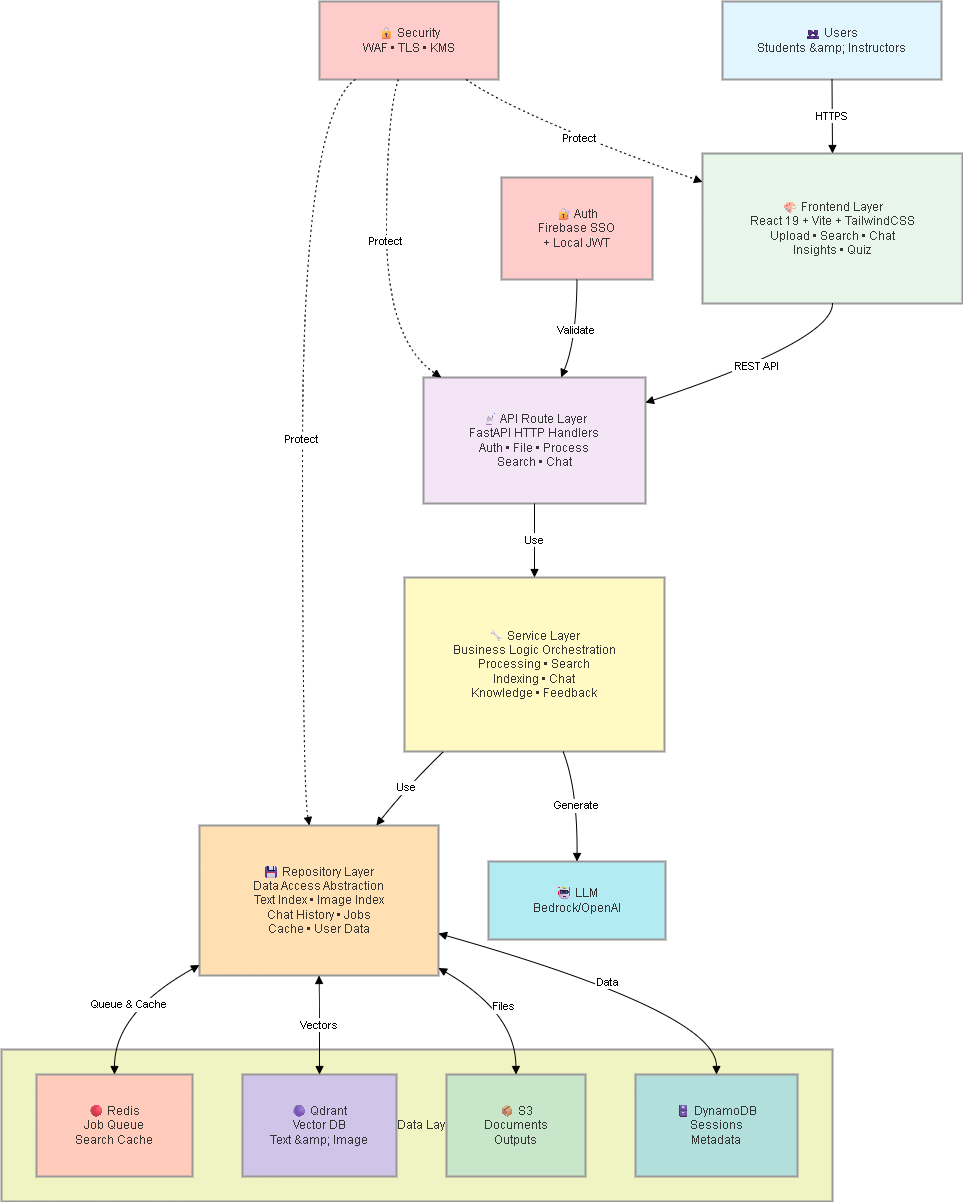
This is Phase_2_Report/img/pdz/Report 252 Diagram-High Level Architecture.drawio.png from pdz1804/capstone-project, a draw.io export, as it was before one commit. Source tidied: cells renumbered, new cells last; positions are measured from the earlier drawing's top-left corner, leaving out a move shared by most shapes. The source it was exported from:
```xml
<mxGraphModel>
  <root>
    <mxCell id="0" />
    <mxCell id="1" parent="0" />
    <mxCell id="2" value="🗄️ Data Layer" style="whiteSpace=wrap;strokeWidth=2;fillColor=#f0f4c3;strokeColor=light-dark(#999999,#cccccc);fontColor=light-dark(#333333,#cccccc);" parent="1" vertex="1">
      <mxGeometry y="1048" width="831" height="152" as="geometry" />
    </mxCell>
    <mxCell id="3" value="👥 Users&#10;Students &amp;amp; Instructors" style="whiteSpace=wrap;strokeWidth=2;fillColor=#e1f5ff;strokeColor=light-dark(#999999,#cccccc);fontColor=light-dark(#333333,#cccccc);" parent="1" vertex="1">
      <mxGeometry x="721" width="219" height="78" as="geometry" />
    </mxCell>
    <mxCell id="4" value="🎨 Frontend Layer&#10;React 19 + Vite + TailwindCSS&#10;Upload • Search • Chat&#10;Insights • Quiz" style="whiteSpace=wrap;strokeWidth=2;fillColor=#e8f5e9;strokeColor=light-dark(#999999,#cccccc);fontColor=light-dark(#333333,#cccccc);" parent="1" vertex="1">
      <mxGeometry x="701" y="152" width="260" height="150" as="geometry" />
    </mxCell>
    <mxCell id="5" value="📡 API Route Layer&#10;FastAPI HTTP Handlers&#10;Auth • File • Process&#10;Search • Chat" style="whiteSpace=wrap;strokeWidth=2;fillColor=#f3e5f5;strokeColor=light-dark(#999999,#cccccc);fontColor=light-dark(#333333,#cccccc);" parent="1" vertex="1">
      <mxGeometry x="422" y="376" width="222" height="126" as="geometry" />
    </mxCell>
    <mxCell id="6" value="🔧 Service Layer&#10;Business Logic Orchestration&#10;Processing • Search&#10;Indexing • Chat&#10;Knowledge • Feedback" style="whiteSpace=wrap;strokeWidth=2;fillColor=#fff9c4;strokeColor=light-dark(#999999,#cccccc);fontColor=light-dark(#333333,#cccccc);" parent="1" vertex="1">
      <mxGeometry x="403" y="576" width="260" height="174" as="geometry" />
    </mxCell>
    <mxCell id="7" value="💾 Repository Layer&#10;Data Access Abstraction&#10;Text Index • Image Index&#10;Chat History • Jobs&#10;Cache • User Data" style="whiteSpace=wrap;strokeWidth=2;fillColor=#ffe0b2;strokeColor=light-dark(#999999,#cccccc);fontColor=light-dark(#333333,#cccccc);" parent="1" vertex="1">
      <mxGeometry x="198" y="824" width="239" height="150" as="geometry" />
    </mxCell>
    <mxCell id="8" value="🔴 Redis&#10;Job Queue&#10;Search Cache" style="whiteSpace=wrap;strokeWidth=2;fillColor=#ffccbc;strokeColor=light-dark(#999999,#cccccc);fontColor=light-dark(#333333,#cccccc);" parent="1" vertex="1">
      <mxGeometry x="35" y="1073" width="156" height="102" as="geometry" />
    </mxCell>
    <mxCell id="9" value="🟣 Qdrant&#10;Vector DB&#10;Text &amp;amp; Image" style="whiteSpace=wrap;strokeWidth=2;fillColor=#d1c4e9;strokeColor=light-dark(#999999,#cccccc);fontColor=light-dark(#333333,#cccccc);" parent="1" vertex="1">
      <mxGeometry x="241" y="1073" width="154" height="102" as="geometry" />
    </mxCell>
    <mxCell id="10" value="📦 S3&#10;Documents&#10;Outputs" style="whiteSpace=wrap;strokeWidth=2;fillColor=#c8e6c9;strokeColor=light-dark(#999999,#cccccc);fontColor=light-dark(#333333,#cccccc);" parent="1" vertex="1">
      <mxGeometry x="445" y="1073" width="139" height="102" as="geometry" />
    </mxCell>
    <mxCell id="11" value="🗄️ DynamoDB&#10;Sessions&#10;Metadata" style="whiteSpace=wrap;strokeWidth=2;fillColor=#b2dfdb;strokeColor=light-dark(#999999,#cccccc);fontColor=light-dark(#333333,#cccccc);" parent="1" vertex="1">
      <mxGeometry x="634" y="1073" width="162" height="102" as="geometry" />
    </mxCell>
    <mxCell id="12" value="🤖 LLM&#10;Bedrock/OpenAI" style="whiteSpace=wrap;strokeWidth=2;fillColor=#b2ebf2;strokeColor=light-dark(#999999,#cccccc);fontColor=light-dark(#333333,#cccccc);" parent="1" vertex="1">
      <mxGeometry x="487" y="860" width="177" height="78" as="geometry" />
    </mxCell>
    <mxCell id="13" value="🔐 Auth&#10;Firebase SSO&#10;+ Local JWT" style="whiteSpace=wrap;strokeWidth=2;fillColor=#ffcccc;strokeColor=light-dark(#999999,#cccccc);fontColor=light-dark(#333333,#cccccc);" parent="1" vertex="1">
      <mxGeometry x="500" y="176" width="151" height="102" as="geometry" />
    </mxCell>
    <mxCell id="14" value="🔒 Security&#10;WAF • TLS • KMS" style="whiteSpace=wrap;strokeWidth=2;fillColor=#ffcccc;strokeColor=light-dark(#999999,#cccccc);fontColor=light-dark(#333333,#cccccc);" parent="1" vertex="1">
      <mxGeometry x="318" width="179" height="78" as="geometry" />
    </mxCell>
    <mxCell id="15" value="HTTPS" style="curved=1;startArrow=none;endArrow=block;exitX=0.5;exitY=1;entryX=0.5;entryY=0;rounded=0;" parent="1" edge="1" source="3" target="4">
      <mxGeometry relative="1" as="geometry" />
    </mxCell>
    <mxCell id="16" value="REST API" style="curved=1;startArrow=none;endArrow=block;exitX=0.5;exitY=1;entryX=1;entryY=0.2;rounded=0;" parent="1" edge="1" source="4" target="5">
      <mxGeometry relative="1" as="geometry">
        <Array as="points">
          <mxPoint x="831" y="339" />
        </Array>
      </mxGeometry>
    </mxCell>
    <mxCell id="17" value="Validate" style="curved=1;startArrow=none;endArrow=block;exitX=0.5;exitY=1;entryX=0.62;entryY=0;rounded=0;" parent="1" edge="1" source="13" target="5">
      <mxGeometry relative="1" as="geometry">
        <Array as="points">
          <mxPoint x="575" y="339" />
        </Array>
      </mxGeometry>
    </mxCell>
    <mxCell id="18" value="Use" style="curved=1;startArrow=none;endArrow=block;exitX=0.5;exitY=1;entryX=0.5;entryY=0;rounded=0;" parent="1" edge="1" source="5" target="6">
      <mxGeometry relative="1" as="geometry" />
    </mxCell>
    <mxCell id="19" value="Use" style="curved=1;startArrow=none;endArrow=block;exitX=0.15;exitY=1;entryX=0.74;entryY=0;rounded=0;" parent="1" edge="1" source="6" target="7">
      <mxGeometry relative="1" as="geometry">
        <Array as="points">
          <mxPoint x="404" y="787" />
        </Array>
      </mxGeometry>
    </mxCell>
    <mxCell id="20" value="Queue &amp; Cache" style="curved=1;startArrow=block;endArrow=block;exitX=0;exitY=0.93;entryX=0.5;entryY=0;rounded=0;" parent="1" edge="1" source="7" target="8">
      <mxGeometry relative="1" as="geometry">
        <Array as="points">
          <mxPoint x="113" y="1011" />
        </Array>
      </mxGeometry>
    </mxCell>
    <mxCell id="21" value="Vectors" style="curved=1;startArrow=block;endArrow=block;exitX=0.5;exitY=1;entryX=0.5;entryY=0;rounded=0;" parent="1" edge="1" source="7" target="9">
      <mxGeometry relative="1" as="geometry">
        <Array as="points">
          <mxPoint x="318" y="1011" />
        </Array>
      </mxGeometry>
    </mxCell>
    <mxCell id="22" value="Files" style="curved=1;startArrow=block;endArrow=block;exitX=1;exitY=0.95;entryX=0.5;entryY=0;rounded=0;" parent="1" edge="1" source="7" target="10">
      <mxGeometry relative="1" as="geometry">
        <Array as="points">
          <mxPoint x="514" y="1011" />
        </Array>
      </mxGeometry>
    </mxCell>
    <mxCell id="23" value="Data" style="curved=1;startArrow=block;endArrow=block;exitX=1;exitY=0.72;entryX=0.5;entryY=0;rounded=0;" parent="1" edge="1" source="7" target="11">
      <mxGeometry relative="1" as="geometry">
        <Array as="points">
          <mxPoint x="715" y="1011" />
        </Array>
      </mxGeometry>
    </mxCell>
    <mxCell id="24" value="Generate" style="curved=1;startArrow=none;endArrow=block;exitX=0.61;exitY=1;entryX=0.5;entryY=0;rounded=0;" parent="1" edge="1" source="6" target="12">
      <mxGeometry relative="1" as="geometry">
        <Array as="points">
          <mxPoint x="576" y="787" />
        </Array>
      </mxGeometry>
    </mxCell>
    <mxCell id="25" value="Protect" style="curved=1;dashed=1;dashPattern=2 3;startArrow=none;endArrow=block;exitX=0.82;exitY=1;entryX=0;entryY=0.19;rounded=0;" parent="1" edge="1" source="14" target="4">
      <mxGeometry relative="1" as="geometry">
        <Array as="points">
          <mxPoint x="518" y="115" />
        </Array>
      </mxGeometry>
    </mxCell>
    <mxCell id="26" value="Protect" style="curved=1;dashed=1;dashPattern=2 3;startArrow=none;endArrow=block;exitX=0.44;exitY=1;entryX=0.08;entryY=0;rounded=0;" parent="1" edge="1" source="14" target="5">
      <mxGeometry relative="1" as="geometry">
        <Array as="points">
          <mxPoint x="385" y="115" />
          <mxPoint x="385" y="339" />
        </Array>
      </mxGeometry>
    </mxCell>
    <mxCell id="27" value="Protect" style="curved=1;dashed=1;dashPattern=2 3;startArrow=none;endArrow=block;exitX=0.2;exitY=1;entryX=0.46;entryY=0;rounded=0;" parent="1" edge="1" source="14" target="7">
      <mxGeometry relative="1" as="geometry">
        <Array as="points">
          <mxPoint x="301" y="115" />
          <mxPoint x="301" y="787" />
        </Array>
      </mxGeometry>
    </mxCell>
  </root>
</mxGraphModel>
```
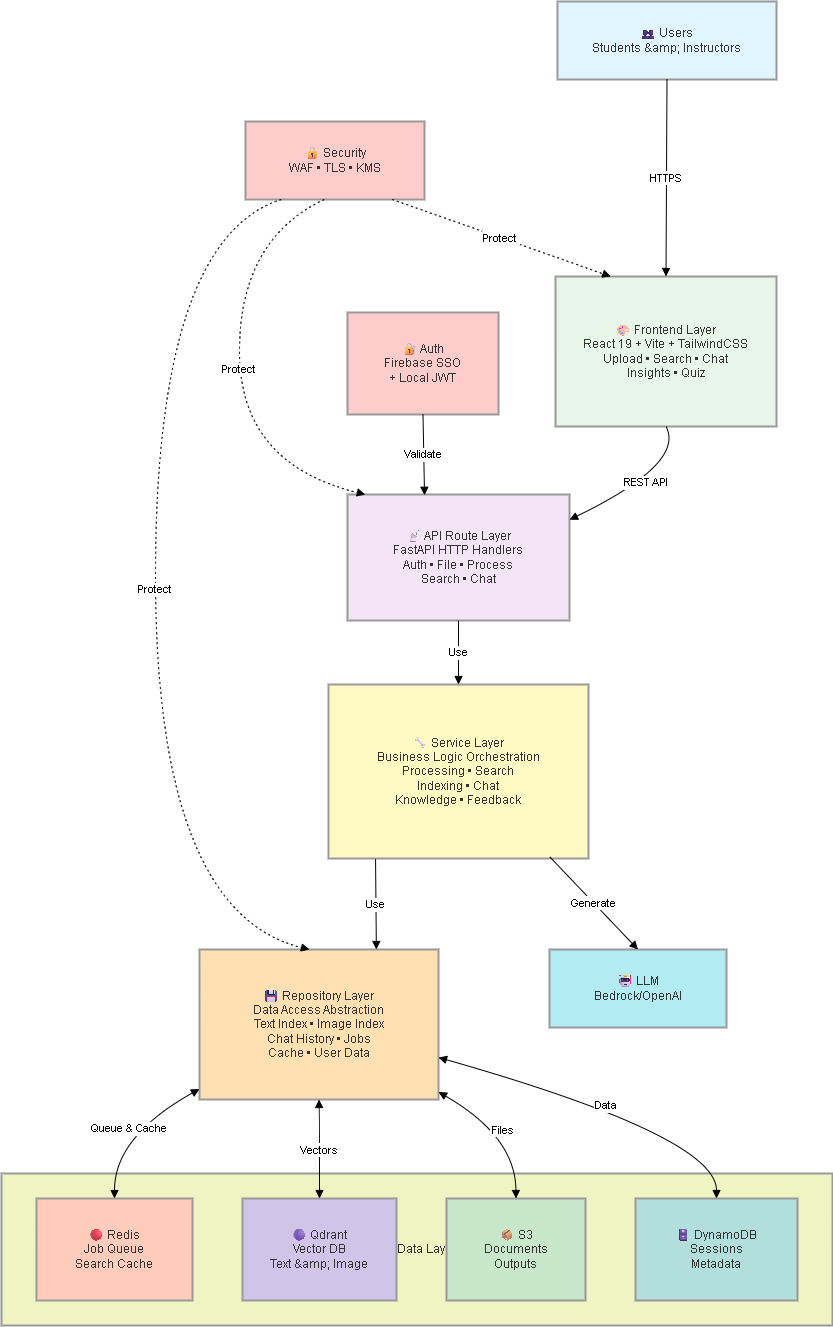
The same file after the commit.

Change to the diagram source:
```diff
@@ -3,43 +3,43 @@
     <mxCell id="0" />
     <mxCell id="1" parent="0" />
     <mxCell id="2" value="🗄️ Data Layer" style="whiteSpace=wrap;strokeWidth=2;fillColor=#f0f4c3;strokeColor=light-dark(#999999,#cccccc);fontColor=light-dark(#333333,#cccccc);" parent="1" vertex="1">
-      <mxGeometry y="1048" width="831" height="152" as="geometry" />
+      <mxGeometry x="147" y="1049" width="831" height="152" as="geometry" />
     </mxCell>
     <mxCell id="3" value="👥 Users&#10;Students &amp;amp; Instructors" style="whiteSpace=wrap;strokeWidth=2;fillColor=#e1f5ff;strokeColor=light-dark(#999999,#cccccc);fontColor=light-dark(#333333,#cccccc);" parent="1" vertex="1">
-      <mxGeometry x="721" width="219" height="78" as="geometry" />
+      <mxGeometry x="703" y="-123" width="219" height="78" as="geometry" />
     </mxCell>
     <mxCell id="4" value="🎨 Frontend Layer&#10;React 19 + Vite + TailwindCSS&#10;Upload • Search • Chat&#10;Insights • Quiz" style="whiteSpace=wrap;strokeWidth=2;fillColor=#e8f5e9;strokeColor=light-dark(#999999,#cccccc);fontColor=light-dark(#333333,#cccccc);" parent="1" vertex="1">
-      <mxGeometry x="701" y="152" width="260" height="150" as="geometry" />
+      <mxGeometry x="701" y="152" width="221" height="150" as="geometry" />
     </mxCell>
     <mxCell id="5" value="📡 API Route Layer&#10;FastAPI HTTP Handlers&#10;Auth • File • Process&#10;Search • Chat" style="whiteSpace=wrap;strokeWidth=2;fillColor=#f3e5f5;strokeColor=light-dark(#999999,#cccccc);fontColor=light-dark(#333333,#cccccc);" parent="1" vertex="1">
-      <mxGeometry x="422" y="376" width="222" height="126" as="geometry" />
+      <mxGeometry x="493" y="370" width="222" height="126" as="geometry" />
     </mxCell>
     <mxCell id="6" value="🔧 Service Layer&#10;Business Logic Orchestration&#10;Processing • Search&#10;Indexing • Chat&#10;Knowledge • Feedback" style="whiteSpace=wrap;strokeWidth=2;fillColor=#fff9c4;strokeColor=light-dark(#999999,#cccccc);fontColor=light-dark(#333333,#cccccc);" parent="1" vertex="1">
-      <mxGeometry x="403" y="576" width="260" height="174" as="geometry" />
+      <mxGeometry x="474" y="560" width="260" height="174" as="geometry" />
     </mxCell>
     <mxCell id="7" value="💾 Repository Layer&#10;Data Access Abstraction&#10;Text Index • Image Index&#10;Chat History • Jobs&#10;Cache • User Data" style="whiteSpace=wrap;strokeWidth=2;fillColor=#ffe0b2;strokeColor=light-dark(#999999,#cccccc);fontColor=light-dark(#333333,#cccccc);" parent="1" vertex="1">
-      <mxGeometry x="198" y="824" width="239" height="150" as="geometry" />
+      <mxGeometry x="345" y="825" width="239" height="150" as="geometry" />
     </mxCell>
     <mxCell id="8" value="🔴 Redis&#10;Job Queue&#10;Search Cache" style="whiteSpace=wrap;strokeWidth=2;fillColor=#ffccbc;strokeColor=light-dark(#999999,#cccccc);fontColor=light-dark(#333333,#cccccc);" parent="1" vertex="1">
-      <mxGeometry x="35" y="1073" width="156" height="102" as="geometry" />
+      <mxGeometry x="182" y="1074" width="156" height="102" as="geometry" />
     </mxCell>
     <mxCell id="9" value="🟣 Qdrant&#10;Vector DB&#10;Text &amp;amp; Image" style="whiteSpace=wrap;strokeWidth=2;fillColor=#d1c4e9;strokeColor=light-dark(#999999,#cccccc);fontColor=light-dark(#333333,#cccccc);" parent="1" vertex="1">
-      <mxGeometry x="241" y="1073" width="154" height="102" as="geometry" />
+      <mxGeometry x="388" y="1074" width="154" height="102" as="geometry" />
     </mxCell>
     <mxCell id="10" value="📦 S3&#10;Documents&#10;Outputs" style="whiteSpace=wrap;strokeWidth=2;fillColor=#c8e6c9;strokeColor=light-dark(#999999,#cccccc);fontColor=light-dark(#333333,#cccccc);" parent="1" vertex="1">
-      <mxGeometry x="445" y="1073" width="139" height="102" as="geometry" />
+      <mxGeometry x="592" y="1074" width="139" height="102" as="geometry" />
     </mxCell>
     <mxCell id="11" value="🗄️ DynamoDB&#10;Sessions&#10;Metadata" style="whiteSpace=wrap;strokeWidth=2;fillColor=#b2dfdb;strokeColor=light-dark(#999999,#cccccc);fontColor=light-dark(#333333,#cccccc);" parent="1" vertex="1">
-      <mxGeometry x="634" y="1073" width="162" height="102" as="geometry" />
+      <mxGeometry x="781" y="1074" width="162" height="102" as="geometry" />
     </mxCell>
     <mxCell id="12" value="🤖 LLM&#10;Bedrock/OpenAI" style="whiteSpace=wrap;strokeWidth=2;fillColor=#b2ebf2;strokeColor=light-dark(#999999,#cccccc);fontColor=light-dark(#333333,#cccccc);" parent="1" vertex="1">
-      <mxGeometry x="487" y="860" width="177" height="78" as="geometry" />
+      <mxGeometry x="695" y="825" width="177" height="78" as="geometry" />
     </mxCell>
     <mxCell id="13" value="🔐 Auth&#10;Firebase SSO&#10;+ Local JWT" style="whiteSpace=wrap;strokeWidth=2;fillColor=#ffcccc;strokeColor=light-dark(#999999,#cccccc);fontColor=light-dark(#333333,#cccccc);" parent="1" vertex="1">
-      <mxGeometry x="500" y="176" width="151" height="102" as="geometry" />
+      <mxGeometry x="493" y="188" width="151" height="102" as="geometry" />
     </mxCell>
     <mxCell id="14" value="🔒 Security&#10;WAF • TLS • KMS" style="whiteSpace=wrap;strokeWidth=2;fillColor=#ffcccc;strokeColor=light-dark(#999999,#cccccc);fontColor=light-dark(#333333,#cccccc);" parent="1" vertex="1">
-      <mxGeometry x="318" width="179" height="78" as="geometry" />
+      <mxGeometry x="391" y="-3" width="179" height="78" as="geometry" />
     </mxCell>
     <mxCell id="15" value="HTTPS" style="curved=1;startArrow=none;endArrow=block;exitX=0.5;exitY=1;entryX=0.5;entryY=0;rounded=0;" parent="1" edge="1" source="3" target="4">
       <mxGeometry relative="1" as="geometry" />
@@ -51,64 +51,48 @@
         </Array>
       </mxGeometry>
     </mxCell>
-    <mxCell id="17" value="Validate" style="curved=1;startArrow=none;endArrow=block;exitX=0.5;exitY=1;entryX=0.62;entryY=0;rounded=0;" parent="1" edge="1" source="13" target="5">
-      <mxGeometry relative="1" as="geometry">
-        <Array as="points">
-          <mxPoint x="575" y="339" />
-        </Array>
-      </mxGeometry>
+    <mxCell id="17" value="Validate" style="curved=1;startArrow=none;endArrow=block;exitX=0.5;exitY=1;entryX=0.347;entryY=0.006;rounded=0;entryDx=0;entryDy=0;entryPerimeter=0;" parent="1" edge="1" source="13" target="5">
+      <mxGeometry relative="1" as="geometry" />
     </mxCell>
-    <mxCell id="18" value="Use" style="curved=1;startArrow=none;endArrow=block;exitX=0.5;exitY=1;entryX=0.5;entryY=0;rounded=0;" parent="1" edge="1" source="5" target="6">
+    <mxCell id="18" value="Use" style="curved=1;startArrow=none;endArrow=block;exitX=0.5;exitY=1;entryX=0.5;entryY=0;rounded=0;entryDx=0;entryDy=0;" parent="1" edge="1" source="5" target="6">
       <mxGeometry relative="1" as="geometry" />
     </mxCell>
-    <mxCell id="19" value="Use" style="curved=1;startArrow=none;endArrow=block;exitX=0.15;exitY=1;entryX=0.74;entryY=0;rounded=0;" parent="1" edge="1" source="6" target="7">
-      <mxGeometry relative="1" as="geometry">
-        <Array as="points">
-          <mxPoint x="404" y="787" />
-        </Array>
-      </mxGeometry>
+    <mxCell id="19" value="Use" style="curved=1;startArrow=none;endArrow=block;exitX=0.181;exitY=1.004;entryX=0.74;entryY=0;rounded=0;exitDx=0;exitDy=0;exitPerimeter=0;" parent="1" edge="1" source="6" target="7">
+      <mxGeometry relative="1" as="geometry" />
     </mxCell>
     <mxCell id="20" value="Queue &amp; Cache" style="curved=1;startArrow=block;endArrow=block;exitX=0;exitY=0.93;entryX=0.5;entryY=0;rounded=0;" parent="1" edge="1" source="7" target="8">
       <mxGeometry relative="1" as="geometry">
         <Array as="points">
-          <mxPoint x="113" y="1011" />
+          <mxPoint x="260" y="1012" />
         </Array>
       </mxGeometry>
     </mxCell>
     <mxCell id="21" value="Vectors" style="curved=1;startArrow=block;endArrow=block;exitX=0.5;exitY=1;entryX=0.5;entryY=0;rounded=0;" parent="1" edge="1" source="7" target="9">
       <mxGeometry relative="1" as="geometry">
         <Array as="points">
-          <mxPoint x="318" y="1011" />
+          <mxPoint x="465" y="1012" />
         </Array>
       </mxGeometry>
     </mxCell>
     <mxCell id="22" value="Files" style="curved=1;startArrow=block;endArrow=block;exitX=1;exitY=0.95;entryX=0.5;entryY=0;rounded=0;" parent="1" edge="1" source="7" target="10">
       <mxGeometry relative="1" as="geometry">
         <Array as="points">
-          <mxPoint x="514" y="1011" />
+          <mxPoint x="661" y="1012" />
         </Array>
       </mxGeometry>
     </mxCell>
     <mxCell id="23" value="Data" style="curved=1;startArrow=block;endArrow=block;exitX=1;exitY=0.72;entryX=0.5;entryY=0;rounded=0;" parent="1" edge="1" source="7" target="11">
       <mxGeometry relative="1" as="geometry">
         <Array as="points">
-          <mxPoint x="715" y="1011" />
+          <mxPoint x="862" y="1012" />
         </Array>
       </mxGeometry>
     </mxCell>
-    <mxCell id="24" value="Generate" style="curved=1;startArrow=none;endArrow=block;exitX=0.61;exitY=1;entryX=0.5;entryY=0;rounded=0;" parent="1" edge="1" source="6" target="12">
-      <mxGeometry relative="1" as="geometry">
-        <Array as="points">
-          <mxPoint x="576" y="787" />
-        </Array>
-      </mxGeometry>
+    <mxCell id="24" value="Generate" style="curved=1;startArrow=none;endArrow=block;exitX=0.852;exitY=0.992;entryX=0.5;entryY=0;rounded=0;exitDx=0;exitDy=0;exitPerimeter=0;" parent="1" edge="1" source="6" target="12">
+      <mxGeometry relative="1" as="geometry" />
     </mxCell>
-    <mxCell id="25" value="Protect" style="curved=1;dashed=1;dashPattern=2 3;startArrow=none;endArrow=block;exitX=0.82;exitY=1;entryX=0;entryY=0.19;rounded=0;" parent="1" edge="1" source="14" target="4">
-      <mxGeometry relative="1" as="geometry">
-        <Array as="points">
-          <mxPoint x="518" y="115" />
-        </Array>
-      </mxGeometry>
+    <mxCell id="25" value="Protect" style="curved=1;dashed=1;dashPattern=2 3;startArrow=none;endArrow=block;exitX=0.82;exitY=1;entryX=0.25;entryY=0;rounded=0;entryDx=0;entryDy=0;" parent="1" edge="1" source="14" target="4">
+      <mxGeometry relative="1" as="geometry" />
     </mxCell>
     <mxCell id="26" value="Protect" style="curved=1;dashed=1;dashPattern=2 3;startArrow=none;endArrow=block;exitX=0.44;exitY=1;entryX=0.08;entryY=0;rounded=0;" parent="1" edge="1" source="14" target="5">
       <mxGeometry relative="1" as="geometry">
```
